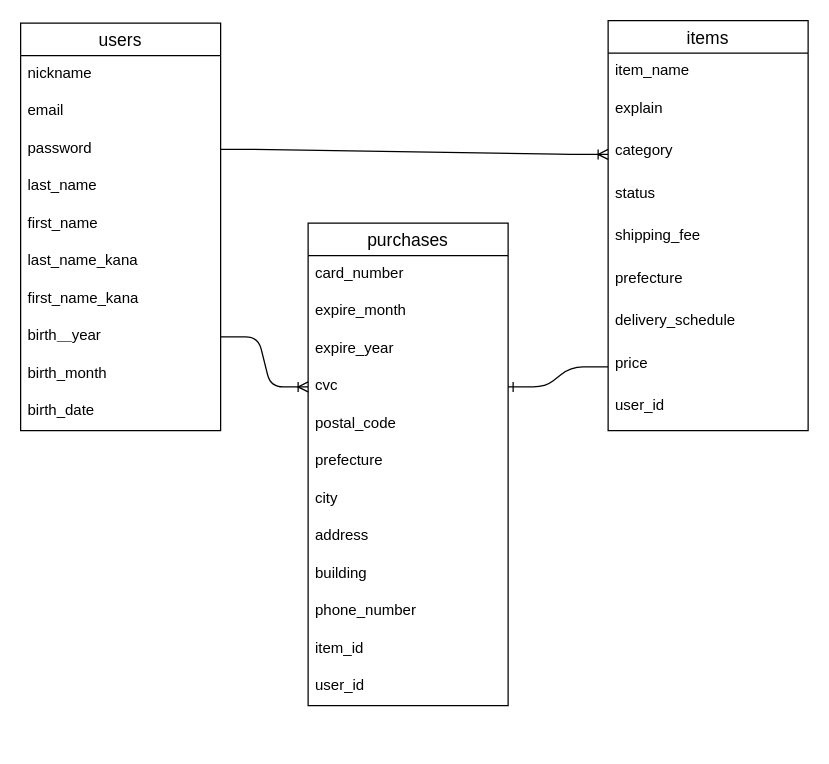
Before: ER.dio in masahiro-0420/furima-33329, a draw.io diagram. Source tidied: cells renumbered, new cells numbered last; positions are measured from the earlier drawing's top-left corner, leaving out a move shared by most shapes. Both pictures are drawn from the tidied source at 125%, with x=0, y=0 at pixel (20, 20).
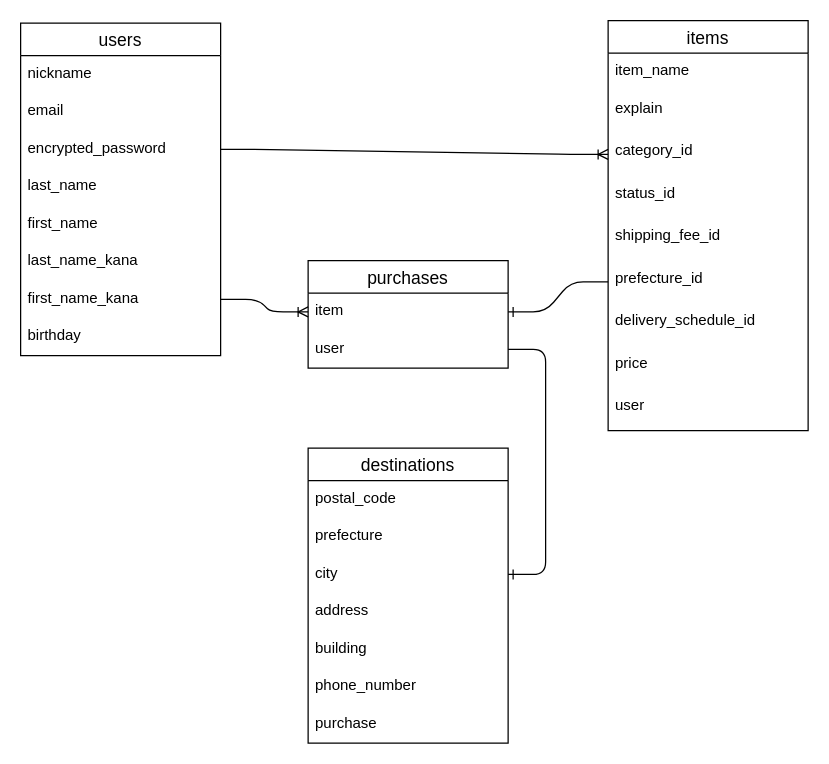
The same page after the edit.

Unchanged cells that the change refers to:
```xml
<mxCell id="9" value="first_name_kana" style="text;strokeColor=none;fillColor=none;spacingLeft=4;spacingRight=4;overflow=hidden;points=[[0,0.5],[1,0.5]];portConstraint=eastwest;fontSize=12;" parent="2" vertex="1">
  <mxGeometry y="206" width="160" height="30" as="geometry" />
</mxCell>
<mxCell id="13" value="items" style="swimlane;fontStyle=0;horizontal=1;startSize=26;align=center;fontSize=14;" parent="1" vertex="1">
  <mxGeometry x="470" width="160" height="328" as="geometry" />
</mxCell>
<mxCell id="21" value="price" style="text;strokeColor=none;fillColor=none;spacingLeft=4;spacingRight=4;overflow=hidden;points=[[0,0.5],[1,0.5]];portConstraint=eastwest;fontSize=12;" parent="13" vertex="1">
  <mxGeometry y="260" width="160" height="34" as="geometry" />
</mxCell>
```

Diff of the diagram source:
```diff
@@
     <mxCell id="2" value="users" style="swimlane;fontStyle=0;horizontal=1;startSize=26;align=center;fontSize=14;" parent="1" vertex="1">
-      <mxGeometry y="2" width="160" height="326" as="geometry" />
+      <mxGeometry y="2" width="160" height="266" as="geometry" />
     </mxCell>
@@
-    <mxCell id="5" value="password" style="text;strokeColor=none;fillColor=none;spacingLeft=4;spacingRight=4;overflow=hidden;points=[[0,0.5],[1,0.5]];portConstraint=eastwest;fontSize=12;" parent="2" vertex="1">
+    <mxCell id="5" value="encrypted_password" style="text;strokeColor=none;fillColor=none;spacingLeft=4;spacingRight=4;overflow=hidden;points=[[0,0.5],[1,0.5]];portConstraint=eastwest;fontSize=12;" parent="2" vertex="1">
       <mxGeometry y="86" width="160" height="30" as="geometry" />
     </mxCell>
@@
-    <mxCell id="10" value="birth＿year" style="text;strokeColor=none;fillColor=none;spacingLeft=4;spacingRight=4;overflow=hidden;points=[[0,0.5],[1,0.5]];portConstraint=eastwest;fontSize=12;" parent="2" vertex="1">
+    <mxCell id="10" value="birthday" style="text;strokeColor=none;fillColor=none;spacingLeft=4;spacingRight=4;overflow=hidden;points=[[0,0.5],[1,0.5]];portConstraint=eastwest;fontSize=12;" parent="2" vertex="1">
       <mxGeometry y="236" width="160" height="30" as="geometry" />
     </mxCell>
-    <mxCell id="11" value="birth_month" style="text;strokeColor=none;fillColor=none;spacingLeft=4;spacingRight=4;overflow=hidden;fontSize=12;" parent="2" vertex="1">
-      <mxGeometry y="266" width="160" height="30" as="geometry" />
-    </mxCell>
-    <mxCell id="12" value="birth_date" style="text;strokeColor=none;fillColor=none;spacingLeft=4;spacingRight=4;overflow=hidden;fontSize=12;" parent="2" vertex="1">
-      <mxGeometry y="296" width="160" height="30" as="geometry" />
-    </mxCell>
@@
-    <mxCell id="16" value="category" style="text;strokeColor=none;fillColor=none;spacingLeft=4;spacingRight=4;overflow=hidden;points=[[0,0.5],[1,0.5]];portConstraint=eastwest;fontSize=12;" parent="13" vertex="1">
+    <mxCell id="16" value="category_id" style="text;strokeColor=none;fillColor=none;spacingLeft=4;spacingRight=4;overflow=hidden;points=[[0,0.5],[1,0.5]];portConstraint=eastwest;fontSize=12;" parent="13" vertex="1">
       <mxGeometry y="90" width="160" height="34" as="geometry" />
     </mxCell>
-    <mxCell id="17" value="status" style="text;strokeColor=none;fillColor=none;spacingLeft=4;spacingRight=4;overflow=hidden;fontSize=12;" parent="13" vertex="1">
+    <mxCell id="17" value="status_id" style="text;strokeColor=none;fillColor=none;spacingLeft=4;spacingRight=4;overflow=hidden;fontSize=12;" parent="13" vertex="1">
       <mxGeometry y="124" width="160" height="34" as="geometry" />
     </mxCell>
-    <mxCell id="18" value="shipping_fee" style="text;strokeColor=none;fillColor=none;spacingLeft=4;spacingRight=4;overflow=hidden;fontSize=12;" parent="13" vertex="1">
+    <mxCell id="18" value="shipping_fee_id" style="text;strokeColor=none;fillColor=none;spacingLeft=4;spacingRight=4;overflow=hidden;fontSize=12;" parent="13" vertex="1">
       <mxGeometry y="158" width="160" height="34" as="geometry" />
     </mxCell>
-    <mxCell id="19" value="prefecture" style="text;strokeColor=none;fillColor=none;spacingLeft=4;spacingRight=4;overflow=hidden;points=[[0,0.5],[1,0.5]];portConstraint=eastwest;fontSize=12;" parent="13" vertex="1">
+    <mxCell id="19" value="prefecture_id" style="text;strokeColor=none;fillColor=none;spacingLeft=4;spacingRight=4;overflow=hidden;points=[[0,0.5],[1,0.5]];portConstraint=eastwest;fontSize=12;" parent="13" vertex="1">
       <mxGeometry y="192" width="160" height="34" as="geometry" />
     </mxCell>
-    <mxCell id="20" value="delivery_schedule" style="text;strokeColor=none;fillColor=none;spacingLeft=4;spacingRight=4;overflow=hidden;fontSize=12;" parent="13" vertex="1">
+    <mxCell id="20" value="delivery_schedule_id" style="text;strokeColor=none;fillColor=none;spacingLeft=4;spacingRight=4;overflow=hidden;fontSize=12;" parent="13" vertex="1">
       <mxGeometry y="226" width="160" height="34" as="geometry" />
     </mxCell>
@@
-    <mxCell id="22" value="user_id" style="text;strokeColor=none;fillColor=none;spacingLeft=4;spacingRight=4;overflow=hidden;fontSize=12;" parent="13" vertex="1">
+    <mxCell id="22" value="user" style="text;strokeColor=none;fillColor=none;spacingLeft=4;spacingRight=4;overflow=hidden;fontSize=12;" parent="13" vertex="1">
       <mxGeometry y="294" width="160" height="34" as="geometry" />
     </mxCell>
     <mxCell id="23" value="purchases" style="swimlane;fontStyle=0;horizontal=1;startSize=26;align=center;fontSize=14;" parent="1" vertex="1">
-      <mxGeometry x="230" y="162" width="160" height="386" as="geometry" />
+      <mxGeometry x="230" y="192" width="160" height="86" as="geometry" />
     </mxCell>
-    <mxCell id="24" value="card_number" style="text;strokeColor=none;fillColor=none;spacingLeft=4;spacingRight=4;overflow=hidden;fontSize=12;" parent="23" vertex="1">
-      <mxGeometry y="26" width="160" height="30" as="geometry" />
-    </mxCell>
-    <mxCell id="25" value="expire_month" style="text;strokeColor=none;fillColor=none;spacingLeft=4;spacingRight=4;overflow=hidden;fontSize=12;" parent="23" vertex="1">
-      <mxGeometry y="56" width="160" height="30" as="geometry" />
-    </mxCell>
-    <mxCell id="26" value="expire_year" style="text;strokeColor=none;fillColor=none;spacingLeft=4;spacingRight=4;overflow=hidden;fontSize=12;" parent="23" vertex="1">
-      <mxGeometry y="86" width="160" height="30" as="geometry" />
-    </mxCell>
-    <mxCell id="27" value="cvc" style="text;strokeColor=none;fillColor=none;spacingLeft=4;spacingRight=4;overflow=hidden;points=[[0,0.5],[1,0.5]];portConstraint=eastwest;fontSize=12;" parent="23" vertex="1">
-      <mxGeometry y="116" width="160" height="30" as="geometry" />
-    </mxCell>
-    <mxCell id="28" value="postal_code" style="text;strokeColor=none;fillColor=none;spacingLeft=4;spacingRight=4;overflow=hidden;fontSize=12;" parent="23" vertex="1">
-      <mxGeometry y="146" width="160" height="30" as="geometry" />
-    </mxCell>
-    <mxCell id="29" value="prefecture" style="text;strokeColor=none;fillColor=none;spacingLeft=4;spacingRight=4;overflow=hidden;points=[[0,0.5],[1,0.5]];portConstraint=eastwest;fontSize=12;" parent="23" vertex="1">
-      <mxGeometry y="176" width="160" height="30" as="geometry" />
+    <mxCell id="29" value="item" style="text;strokeColor=none;fillColor=none;spacingLeft=4;spacingRight=4;overflow=hidden;points=[[0,0.5],[1,0.5]];portConstraint=eastwest;fontSize=12;" parent="23" vertex="1">
+      <mxGeometry y="26" width="160" height="30" as="geometry" />
     </mxCell>
-    <mxCell id="30" value="city" style="text;strokeColor=none;fillColor=none;spacingLeft=4;spacingRight=4;overflow=hidden;points=[[0,0.5],[1,0.5]];portConstraint=eastwest;fontSize=12;" parent="23" vertex="1">
-      <mxGeometry y="206" width="160" height="30" as="geometry" />
+    <mxCell id="30" value="user" style="text;strokeColor=none;fillColor=none;spacingLeft=4;spacingRight=4;overflow=hidden;points=[[0,0.5],[1,0.5]];portConstraint=eastwest;fontSize=12;" parent="23" vertex="1">
+      <mxGeometry y="56" width="160" height="30" as="geometry" />
     </mxCell>
+    <mxCell id="36" style="edgeStyle=entityRelationEdgeStyle;fontSize=12;html=1;endArrow=ERoneToMany;" parent="1" edge="1" source="5" target="16">
+      <mxGeometry relative="1" as="geometry" />
+    </mxCell>
+    <mxCell id="37" style="edgeStyle=entityRelationEdgeStyle;fontSize=12;html=1;endArrow=ERone;endFill=1;" parent="1" edge="1" source="19" target="29">
+      <mxGeometry relative="1" as="geometry" />
+    </mxCell>
+    <mxCell id="38" style="edgeStyle=entityRelationEdgeStyle;fontSize=12;html=1;endArrow=ERoneToMany;entryX=0;entryY=0.5;entryDx=0;entryDy=0;" parent="1" edge="1" source="9" target="29">
+      <mxGeometry relative="1" as="geometry" />
+    </mxCell>
+    <mxCell id="39" value="destinations" style="swimlane;fontStyle=0;horizontal=1;startSize=26;align=center;fontSize=14;" parent="1" vertex="1">
+      <mxGeometry x="230" y="342" width="160" height="236" as="geometry" />
+    </mxCell>
+    <mxCell id="28" value="postal_code" style="text;strokeColor=none;fillColor=none;spacingLeft=4;spacingRight=4;overflow=hidden;fontSize=12;" parent="39" vertex="1">
+      <mxGeometry y="26" width="160" height="30" as="geometry" />
+    </mxCell>
+    <mxCell id="40" value="prefecture" style="text;strokeColor=none;fillColor=none;spacingLeft=4;spacingRight=4;overflow=hidden;fontSize=12;" parent="39" vertex="1">
+      <mxGeometry y="56" width="160" height="30" as="geometry" />
+    </mxCell>
+    <mxCell id="41" value="city" style="text;strokeColor=none;fillColor=none;spacingLeft=4;spacingRight=4;overflow=hidden;points=[[0,0.5],[1,0.5]];portConstraint=eastwest;fontSize=12;" parent="39" vertex="1">
+      <mxGeometry y="86" width="160" height="30" as="geometry" />
+    </mxCell>
-    <mxCell id="31" value="address" style="text;strokeColor=none;fillColor=none;spacingLeft=4;spacingRight=4;overflow=hidden;fontSize=12;" parent="23" vertex="1">
-      <mxGeometry y="236" width="160" height="30" as="geometry" />
+    <mxCell id="31" value="address" style="text;strokeColor=none;fillColor=none;spacingLeft=4;spacingRight=4;overflow=hidden;fontSize=12;" parent="39" vertex="1">
+      <mxGeometry y="116" width="160" height="30" as="geometry" />
     </mxCell>
-    <mxCell id="32" value="building" style="text;strokeColor=none;fillColor=none;spacingLeft=4;spacingRight=4;overflow=hidden;fontSize=12;" parent="23" vertex="1">
-      <mxGeometry y="266" width="160" height="30" as="geometry" />
+    <mxCell id="32" value="building" style="text;strokeColor=none;fillColor=none;spacingLeft=4;spacingRight=4;overflow=hidden;fontSize=12;" parent="39" vertex="1">
+      <mxGeometry y="146" width="160" height="30" as="geometry" />
     </mxCell>
-    <mxCell id="33" value="phone_number" style="text;strokeColor=none;fillColor=none;spacingLeft=4;spacingRight=4;overflow=hidden;fontSize=12;" parent="23" vertex="1">
-      <mxGeometry y="296" width="160" height="30" as="geometry" />
+    <mxCell id="33" value="phone_number" style="text;strokeColor=none;fillColor=none;spacingLeft=4;spacingRight=4;overflow=hidden;fontSize=12;" parent="39" vertex="1">
+      <mxGeometry y="176" width="160" height="30" as="geometry" />
     </mxCell>
-    <mxCell id="34" value="item_id" style="text;strokeColor=none;fillColor=none;spacingLeft=4;spacingRight=4;overflow=hidden;fontSize=12;" parent="23" vertex="1">
-      <mxGeometry y="326" width="160" height="30" as="geometry" />
-    </mxCell>
-    <mxCell id="35" value="user_id" style="text;strokeColor=none;fillColor=none;spacingLeft=4;spacingRight=4;overflow=hidden;fontSize=12;" parent="23" vertex="1">
-      <mxGeometry y="356" width="160" height="30" as="geometry" />
-    </mxCell>
-    <mxCell id="36" style="edgeStyle=entityRelationEdgeStyle;fontSize=12;html=1;endArrow=ERoneToMany;" parent="1" edge="1" source="5" target="16">
-      <mxGeometry relative="1" as="geometry" />
-    </mxCell>
-    <mxCell id="37" style="edgeStyle=entityRelationEdgeStyle;fontSize=12;html=1;endArrow=ERone;endFill=1;" parent="1" edge="1" source="21" target="27">
-      <mxGeometry relative="1" as="geometry" />
-    </mxCell>
-    <mxCell id="38" style="edgeStyle=entityRelationEdgeStyle;fontSize=12;html=1;endArrow=ERoneToMany;" parent="1" edge="1" source="10" target="27">
-      <mxGeometry relative="1" as="geometry" />
-    </mxCell>
+    <mxCell id="42" value="purchase" style="text;strokeColor=none;fillColor=none;spacingLeft=4;spacingRight=4;overflow=hidden;fontSize=12;" parent="39" vertex="1">
+      <mxGeometry y="206" width="160" height="30" as="geometry" />
+    </mxCell>
+    <mxCell id="43" style="edgeStyle=entityRelationEdgeStyle;fontSize=12;html=1;endArrow=ERone;endFill=1;" parent="1" edge="1" source="30" target="41">
+      <mxGeometry relative="1" as="geometry" />
+    </mxCell>
```
